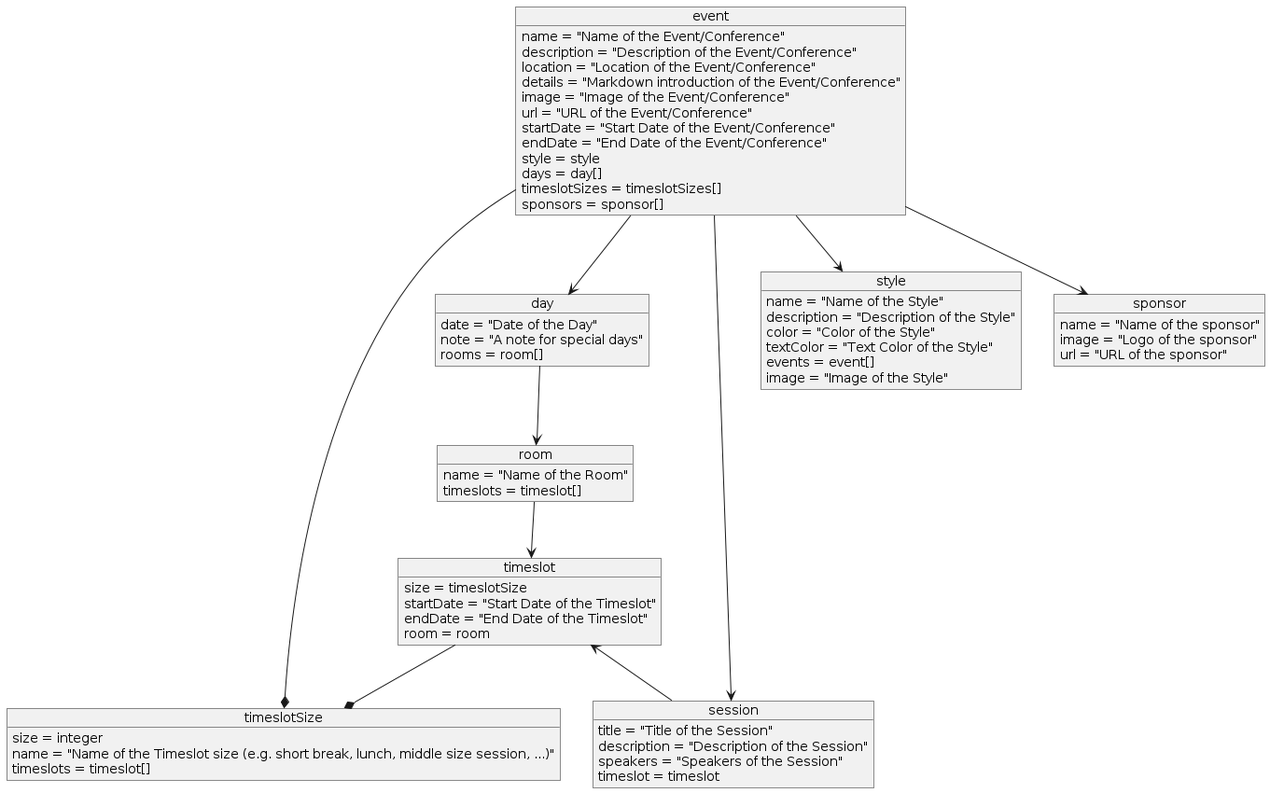
Before: docs/diagrams/BusinessModels.png, a diagram exported from PlantUML (mayflower/oTTo).
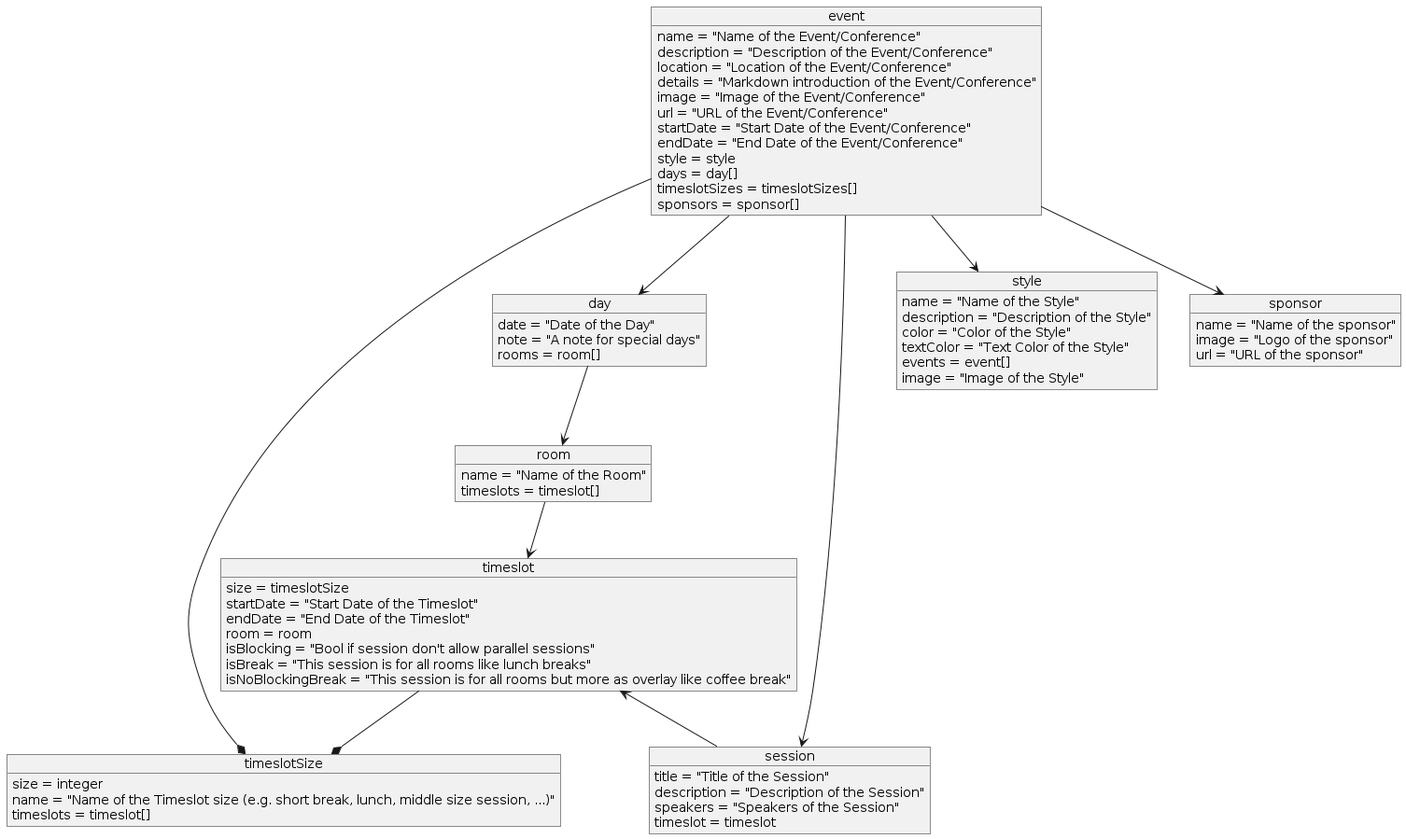
Above is the later version.

Commit message:
Add flags isBlocking, isBreak and isNoBlockingBreak to timeslot

The edit, as a diff of the source:
```diff
@@ -41,6 +41,9 @@
 timeslot : startDate = "Start Date of the Timeslot"
 timeslot : endDate = "End Date of the Timeslot"
 timeslot : room = room
+timeslot : isBlocking = "Bool if session don't allow parallel sessions"
+timeslot : isBreak = "This session is for all rooms like lunch breaks"
+timeslot : isNoBlockingBreak = "This session is for all rooms but more as overlay like coffee break"
 
 session : title = "Title of the Session"
 session : description = "Description of the Session"
```
